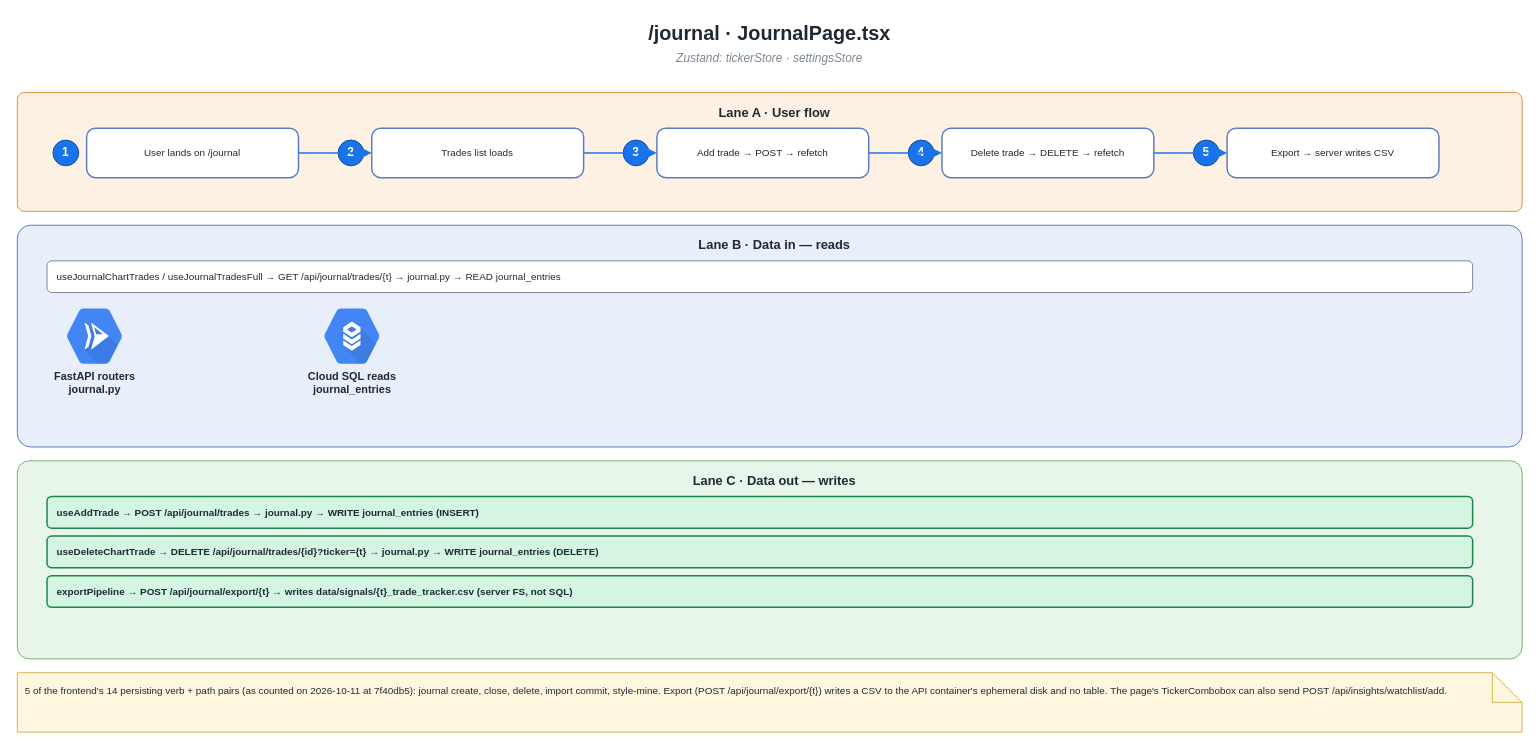
TeneikaAskew/solyra keeps this draw.io diagram as page "10 · Journal" (11 of 15) of Frontend-icons.drawio. Above is the earlier version. Source tidied: cells renumbered, new cells numbered last; positions are measured from the earlier drawing's top-left corner, leaving out a move shared by most shapes. Both pictures are drawn from the tidied source at 99%, with x=0, y=0 at pixel (17, 17).
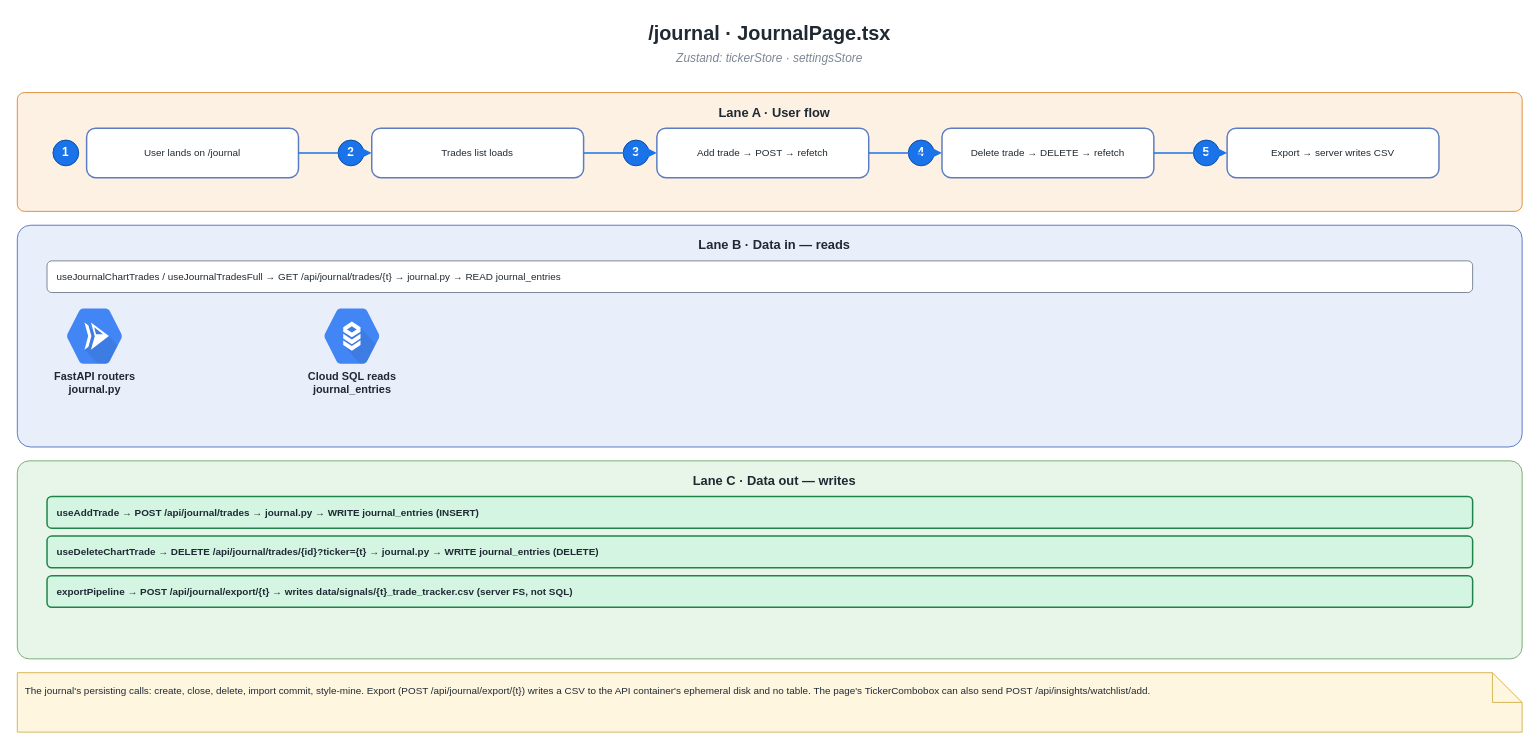
Above is the later version.

Change to the diagram source:
```diff
@@
-    <mxCell id="27" value="5 of the frontend's 14 persisting verb + path pairs (as counted on 2026-10-11 at 7f40db5): journal create, close, delete, import commit, style-mine. Export (POST /api/journal/export/{t}) writes a CSV to the API container's ephemeral disk and no table. The page's TickerCombobox can also send POST /api/insights/watchlist/add." style="shape=note;whiteSpace=wrap;html=1;fillColor=#fff6e0;strokeColor=#d6b656;strokeWidth=1;fontSize=10;align=left;verticalAlign=top;spacing=8;fontColor=#1f2933;" parent="1" vertex="1">
+    <mxCell id="27" value="The journal's persisting calls: create, close, delete, import commit, style-mine. Export (POST /api/journal/export/{t}) writes a CSV to the API container's ephemeral disk and no table. The page's TickerCombobox can also send POST /api/insights/watchlist/add." style="shape=note;whiteSpace=wrap;html=1;fillColor=#fff6e0;strokeColor=#d6b656;strokeWidth=1;fontSize=10;align=left;verticalAlign=top;spacing=8;fontColor=#1f2933;" parent="1" vertex="1">
       <mxGeometry y="662" width="1520" height="60" as="geometry" />
     </mxCell>
```
